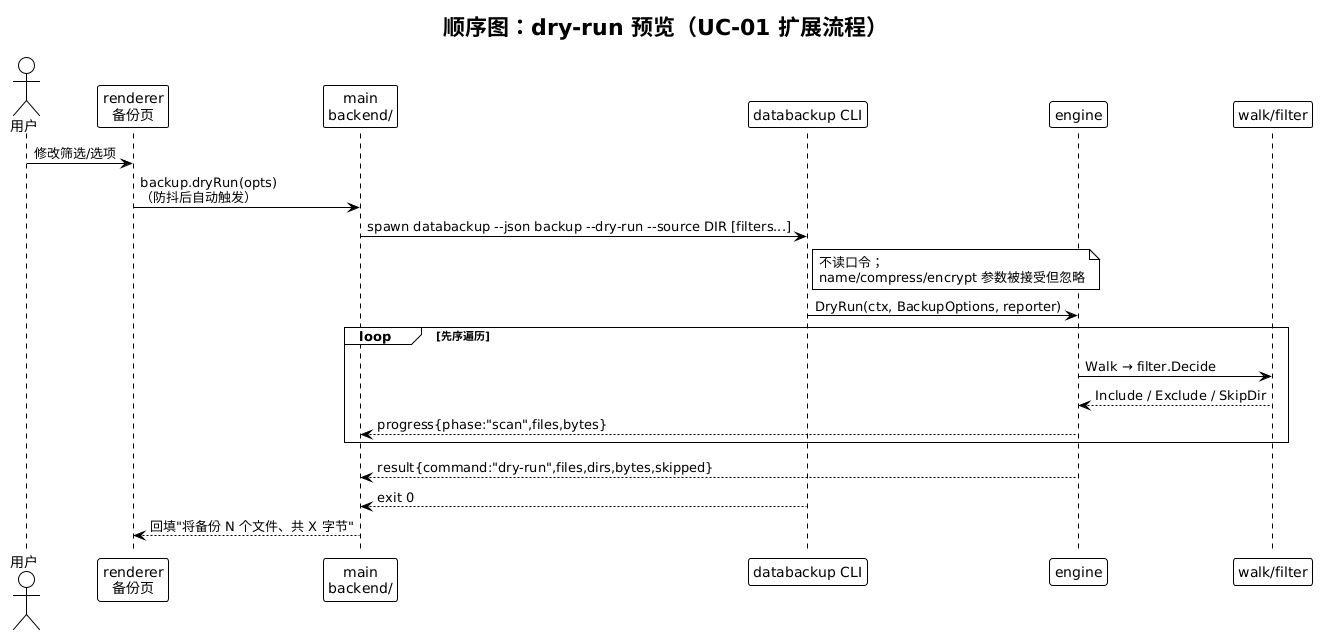
Before: docs/deliverables/diagrams/seq-dry-run.png, a diagram exported from PlantUML (Piaoxuemoli/software-class-qoobeewang).
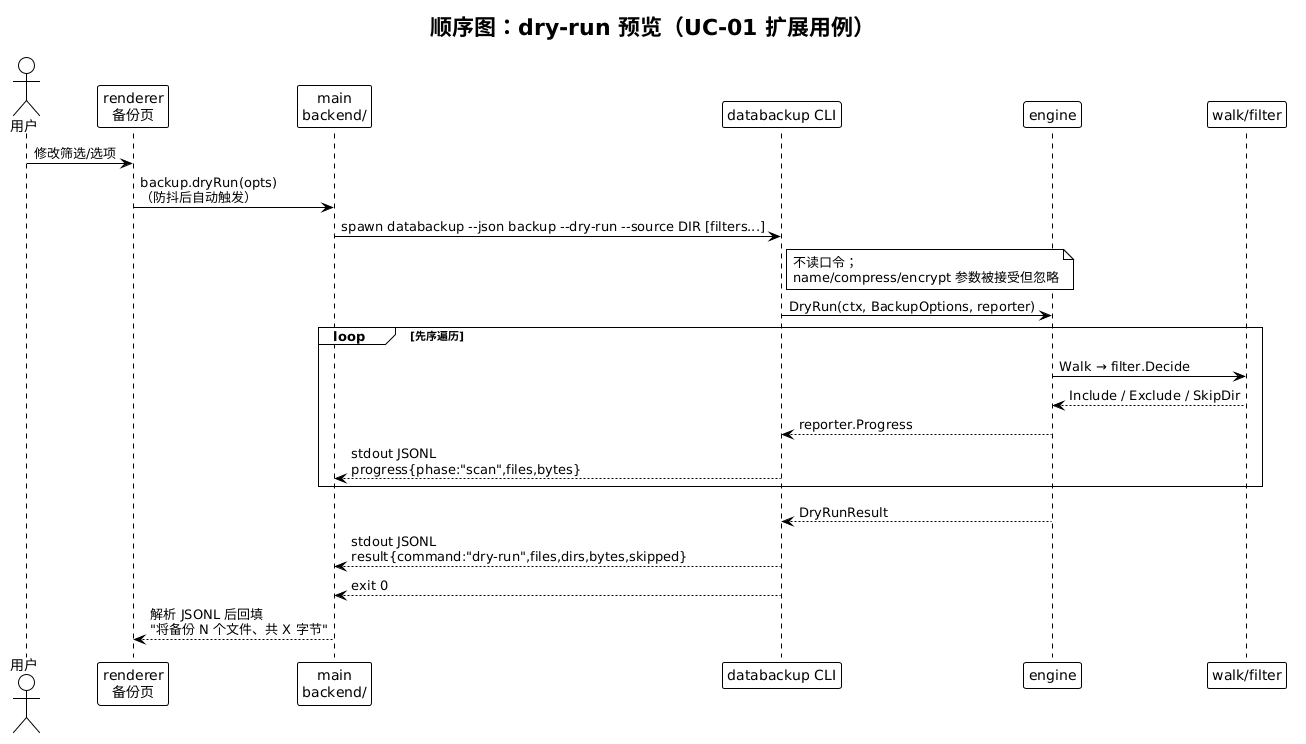
Later version of the same file.

The edit, as a diff of the source:
```diff
@@ -1,6 +1,6 @@
 @startuml seq-dry-run
 !theme plain
-title 顺序图：dry-run 预览（UC-01 扩展流程）
+title 顺序图：dry-run 预览（UC-01 扩展用例）
 
 actor 用户 as U
 participant "renderer\n备份页" as R
@@ -17,9 +17,11 @@
 loop 先序遍历
   E -> W : Walk → filter.Decide
   W --> E : Include / Exclude / SkipDir
-  E --> M : progress{phase:"scan",files,bytes}
+  E --> C : reporter.Progress
+  C --> M : stdout JSONL\nprogress{phase:"scan",files,bytes}
 end
-E --> M : result{command:"dry-run",files,dirs,bytes,skipped}
+E --> C : DryRunResult
+C --> M : stdout JSONL\nresult{command:"dry-run",files,dirs,bytes,skipped}
 C --> M : exit 0
-M --> R : 回填"将备份 N 个文件、共 X 字节"
+M --> R : 解析 JSONL 后回填\n"将备份 N 个文件、共 X 字节"
 @enduml
```
